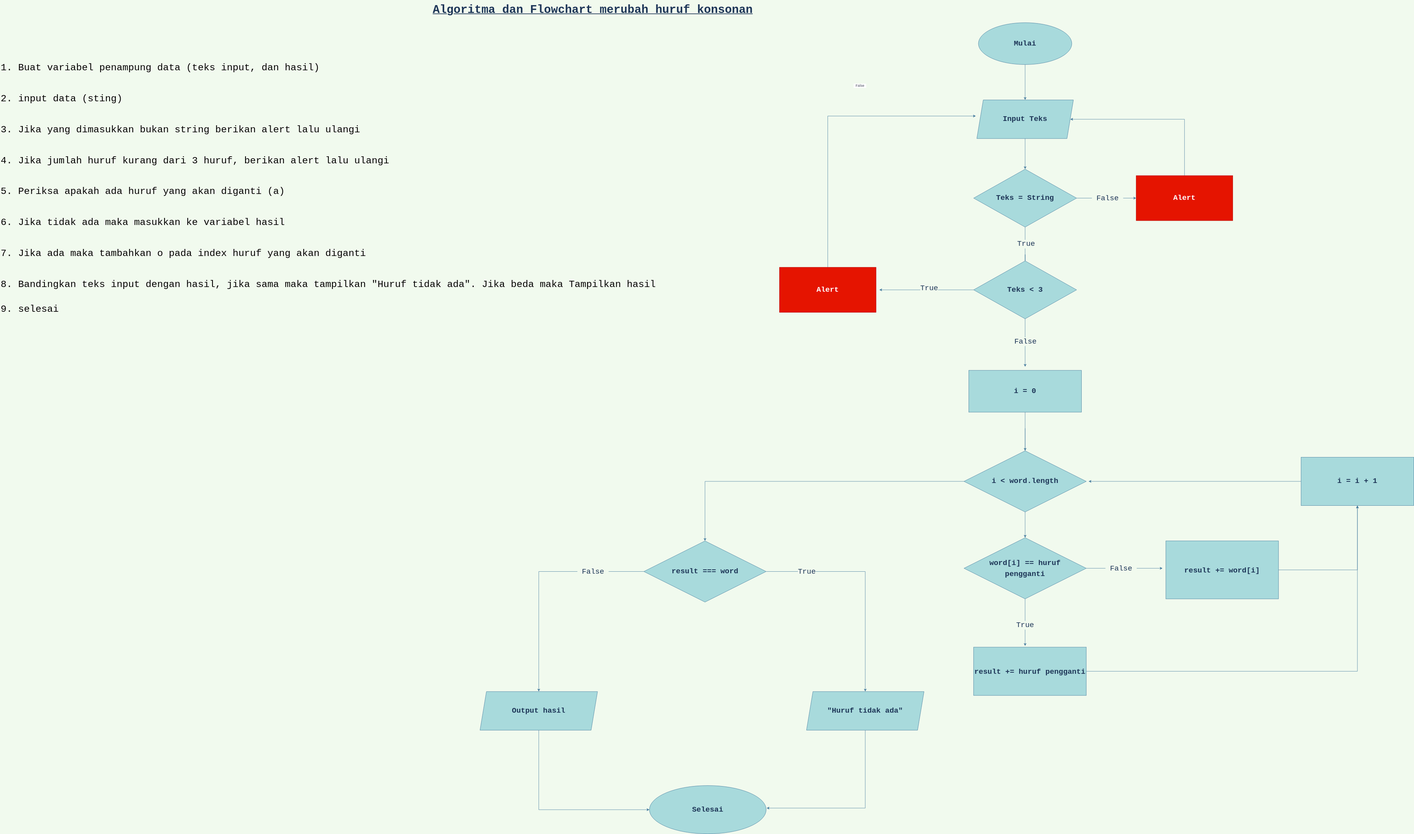
Above: ubahKonsonan.svg in ArySuarsyah/fw15-javascript1 (draw.io), before the change. Source tidied: cells renumbered, new cells last; positions are measured from the earlier drawing's top-left corner, leaving out a move shared by most shapes.
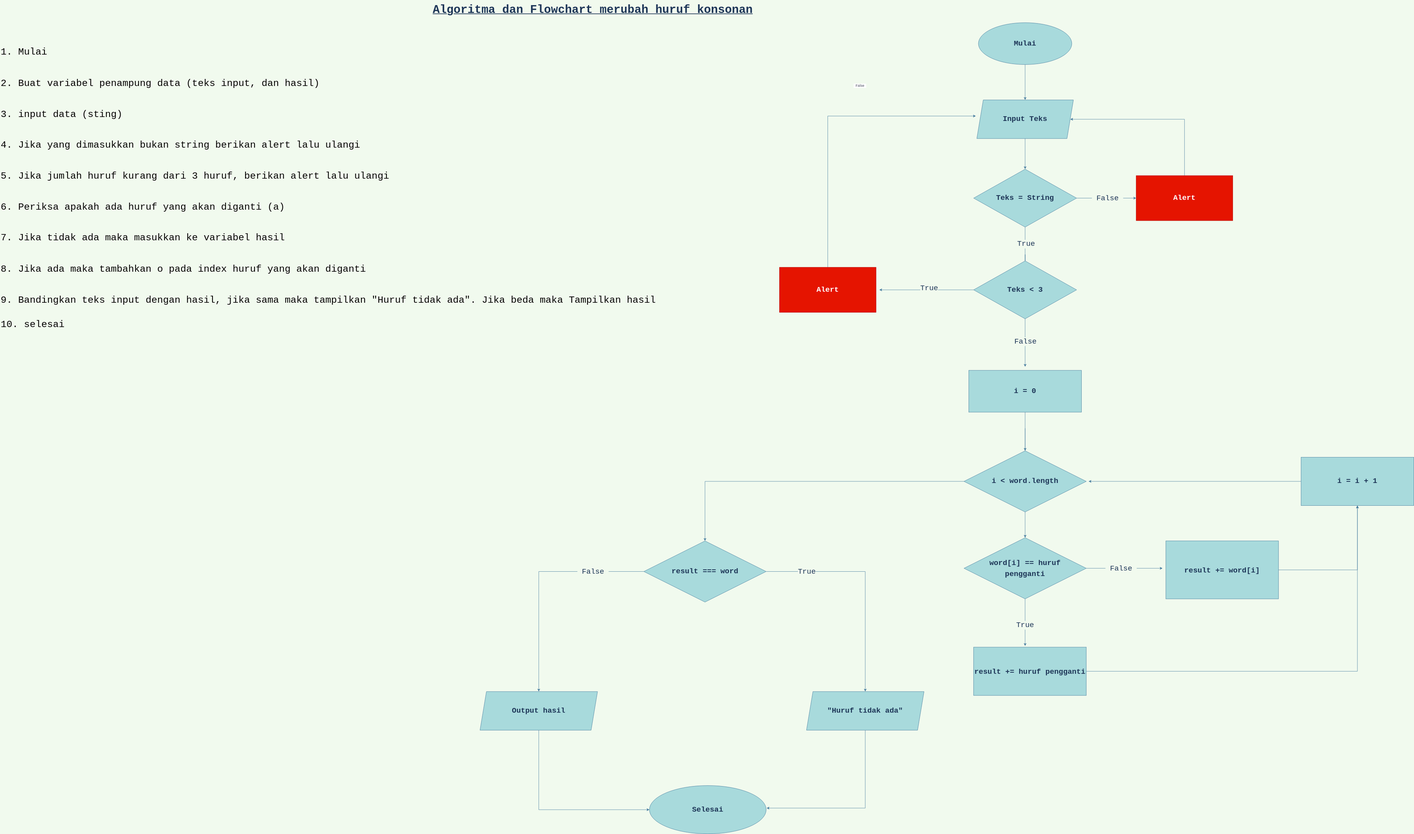
After the change.

The edit, as a diff of the source:
```diff
@@ -2,8 +2,8 @@
   <root>
     <mxCell id="0" />
     <mxCell id="1" parent="0" />
-    <mxCell id="2" value="&lt;div style=&quot;line-height: 2.56;&quot;&gt;&lt;div style=&quot;font-size: 36px;&quot;&gt;&lt;font color=&quot;#050203&quot; style=&quot;font-size: 36px;&quot; face=&quot;Courier New&quot;&gt;&lt;sup&gt;1. Buat variabel penampung data (teks input, dan hasil)&lt;/sup&gt;&lt;/font&gt;&lt;/div&gt;&lt;div style=&quot;font-size: 36px;&quot;&gt;&lt;font color=&quot;#050203&quot; style=&quot;font-size: 36px;&quot; face=&quot;Courier New&quot;&gt;&lt;sup&gt;2. input data (sting)&lt;/sup&gt;&lt;/font&gt;&lt;/div&gt;&lt;div style=&quot;font-size: 36px;&quot;&gt;&lt;font color=&quot;#050203&quot; style=&quot;font-size: 36px;&quot; face=&quot;Courier New&quot;&gt;&lt;sup&gt;3. Jika yang dimasukkan bukan string berikan alert lalu ulangi&lt;/sup&gt;&lt;/font&gt;&lt;/div&gt;&lt;div style=&quot;font-size: 36px;&quot;&gt;&lt;font color=&quot;#050203&quot; style=&quot;font-size: 36px;&quot; face=&quot;Courier New&quot;&gt;&lt;sup&gt;4. Jika jumlah huruf kurang dari 3 huruf, berikan alert lalu ulangi&lt;/sup&gt;&lt;/font&gt;&lt;/div&gt;&lt;div style=&quot;font-size: 36px;&quot;&gt;&lt;font color=&quot;#050203&quot; style=&quot;font-size: 36px;&quot; face=&quot;Courier New&quot;&gt;&lt;sup&gt;5. Periksa apakah ada huruf yang akan diganti (a)&lt;/sup&gt;&lt;/font&gt;&lt;/div&gt;&lt;div style=&quot;font-size: 36px;&quot;&gt;&lt;font color=&quot;#050203&quot; style=&quot;font-size: 36px;&quot; face=&quot;Courier New&quot;&gt;&lt;sup&gt;6. Jika tidak ada maka masukkan ke variabel hasil&lt;/sup&gt;&lt;/font&gt;&lt;/div&gt;&lt;div style=&quot;font-size: 36px;&quot;&gt;&lt;font color=&quot;#050203&quot; style=&quot;font-size: 36px;&quot; face=&quot;Courier New&quot;&gt;&lt;sup&gt;7. Jika ada maka tambahkan o pada index huruf yang akan diganti&lt;/sup&gt;&lt;/font&gt;&lt;/div&gt;&lt;div style=&quot;&quot;&gt;&lt;font face=&quot;Courier New&quot; color=&quot;#050203&quot;&gt;&lt;span style=&quot;font-size: 30px;&quot;&gt;8. Bandingkan teks input dengan hasil, jika sama maka tampilkan &quot;Huruf tidak ada&quot;. Jika beda maka Tampilkan hasil&lt;/span&gt;&lt;/font&gt;&lt;/div&gt;&lt;div style=&quot;font-size: 36px;&quot;&gt;&lt;font color=&quot;#050203&quot; style=&quot;font-size: 36px;&quot; face=&quot;Courier New&quot;&gt;&lt;sup&gt;9. selesai&lt;/sup&gt;&lt;/font&gt;&lt;/div&gt;&lt;/div&gt;" style="text;html=1;align=left;verticalAlign=middle;strokeColor=none;fillColor=none;fontColor=#1D3557;rounded=0;" parent="1" vertex="1">
-      <mxGeometry y="150" width="2060" height="890" as="geometry" />
+    <mxCell id="2" value="&lt;div style=&quot;line-height: 2.56;&quot;&gt;&lt;div style=&quot;font-size: 36px;&quot;&gt;&lt;font color=&quot;#050203&quot; style=&quot;font-size: 36px;&quot; face=&quot;Courier New&quot;&gt;&lt;sup&gt;1. Mulai&amp;nbsp;&lt;/sup&gt;&lt;/font&gt;&lt;/div&gt;&lt;div style=&quot;font-size: 36px;&quot;&gt;&lt;font color=&quot;#050203&quot; style=&quot;font-size: 36px;&quot; face=&quot;Courier New&quot;&gt;&lt;sup&gt;2. Buat variabel penampung data (teks input, dan hasil)&lt;/sup&gt;&lt;/font&gt;&lt;/div&gt;&lt;div style=&quot;font-size: 36px;&quot;&gt;&lt;font color=&quot;#050203&quot; style=&quot;font-size: 36px;&quot; face=&quot;Courier New&quot;&gt;&lt;sup&gt;3. input data (sting)&lt;/sup&gt;&lt;/font&gt;&lt;/div&gt;&lt;div style=&quot;font-size: 36px;&quot;&gt;&lt;font color=&quot;#050203&quot; style=&quot;font-size: 36px;&quot; face=&quot;Courier New&quot;&gt;&lt;sup&gt;4. Jika yang dimasukkan bukan string berikan alert lalu ulangi&lt;/sup&gt;&lt;/font&gt;&lt;/div&gt;&lt;div style=&quot;font-size: 36px;&quot;&gt;&lt;font color=&quot;#050203&quot; style=&quot;font-size: 36px;&quot; face=&quot;Courier New&quot;&gt;&lt;sup&gt;5. Jika jumlah huruf kurang dari 3 huruf, berikan alert lalu ulangi&lt;/sup&gt;&lt;/font&gt;&lt;/div&gt;&lt;div style=&quot;font-size: 36px;&quot;&gt;&lt;font color=&quot;#050203&quot; style=&quot;font-size: 36px;&quot; face=&quot;Courier New&quot;&gt;&lt;sup&gt;6. Periksa apakah ada huruf yang akan diganti (a)&lt;/sup&gt;&lt;/font&gt;&lt;/div&gt;&lt;div style=&quot;font-size: 36px;&quot;&gt;&lt;font color=&quot;#050203&quot; style=&quot;font-size: 36px;&quot; face=&quot;Courier New&quot;&gt;&lt;sup&gt;7. Jika tidak ada maka masukkan ke variabel hasil&lt;/sup&gt;&lt;/font&gt;&lt;/div&gt;&lt;div style=&quot;font-size: 36px;&quot;&gt;&lt;font color=&quot;#050203&quot; style=&quot;font-size: 36px;&quot; face=&quot;Courier New&quot;&gt;&lt;sup&gt;8. Jika ada maka tambahkan o pada index huruf yang akan diganti&lt;/sup&gt;&lt;/font&gt;&lt;/div&gt;&lt;div style=&quot;&quot;&gt;&lt;font face=&quot;Courier New&quot; color=&quot;#050203&quot;&gt;&lt;span style=&quot;font-size: 30px;&quot;&gt;9. Bandingkan teks input dengan hasil, jika sama maka tampilkan &quot;Huruf tidak ada&quot;. Jika beda maka Tampilkan hasil&lt;/span&gt;&lt;/font&gt;&lt;/div&gt;&lt;div style=&quot;font-size: 36px;&quot;&gt;&lt;font color=&quot;#050203&quot; style=&quot;font-size: 36px;&quot; face=&quot;Courier New&quot;&gt;&lt;sup&gt;10. selesai&lt;/sup&gt;&lt;/font&gt;&lt;/div&gt;&lt;/div&gt;" style="text;html=1;align=left;verticalAlign=middle;strokeColor=none;fillColor=none;fontColor=#1D3557;rounded=0;" parent="1" vertex="1">
+      <mxGeometry y="125" width="2060" height="940" as="geometry" />
     </mxCell>
     <mxCell id="3" style="edgeStyle=orthogonalEdgeStyle;rounded=0;jettySize=auto;html=1;fontFamily=Courier New;fontSize=23;strokeColor=#457B9D;fontColor=#1D3557;labelBackgroundColor=#F1FAEE;" parent="1" edge="1" source="4" target="6">
       <mxGeometry relative="1" as="geometry" />
```
